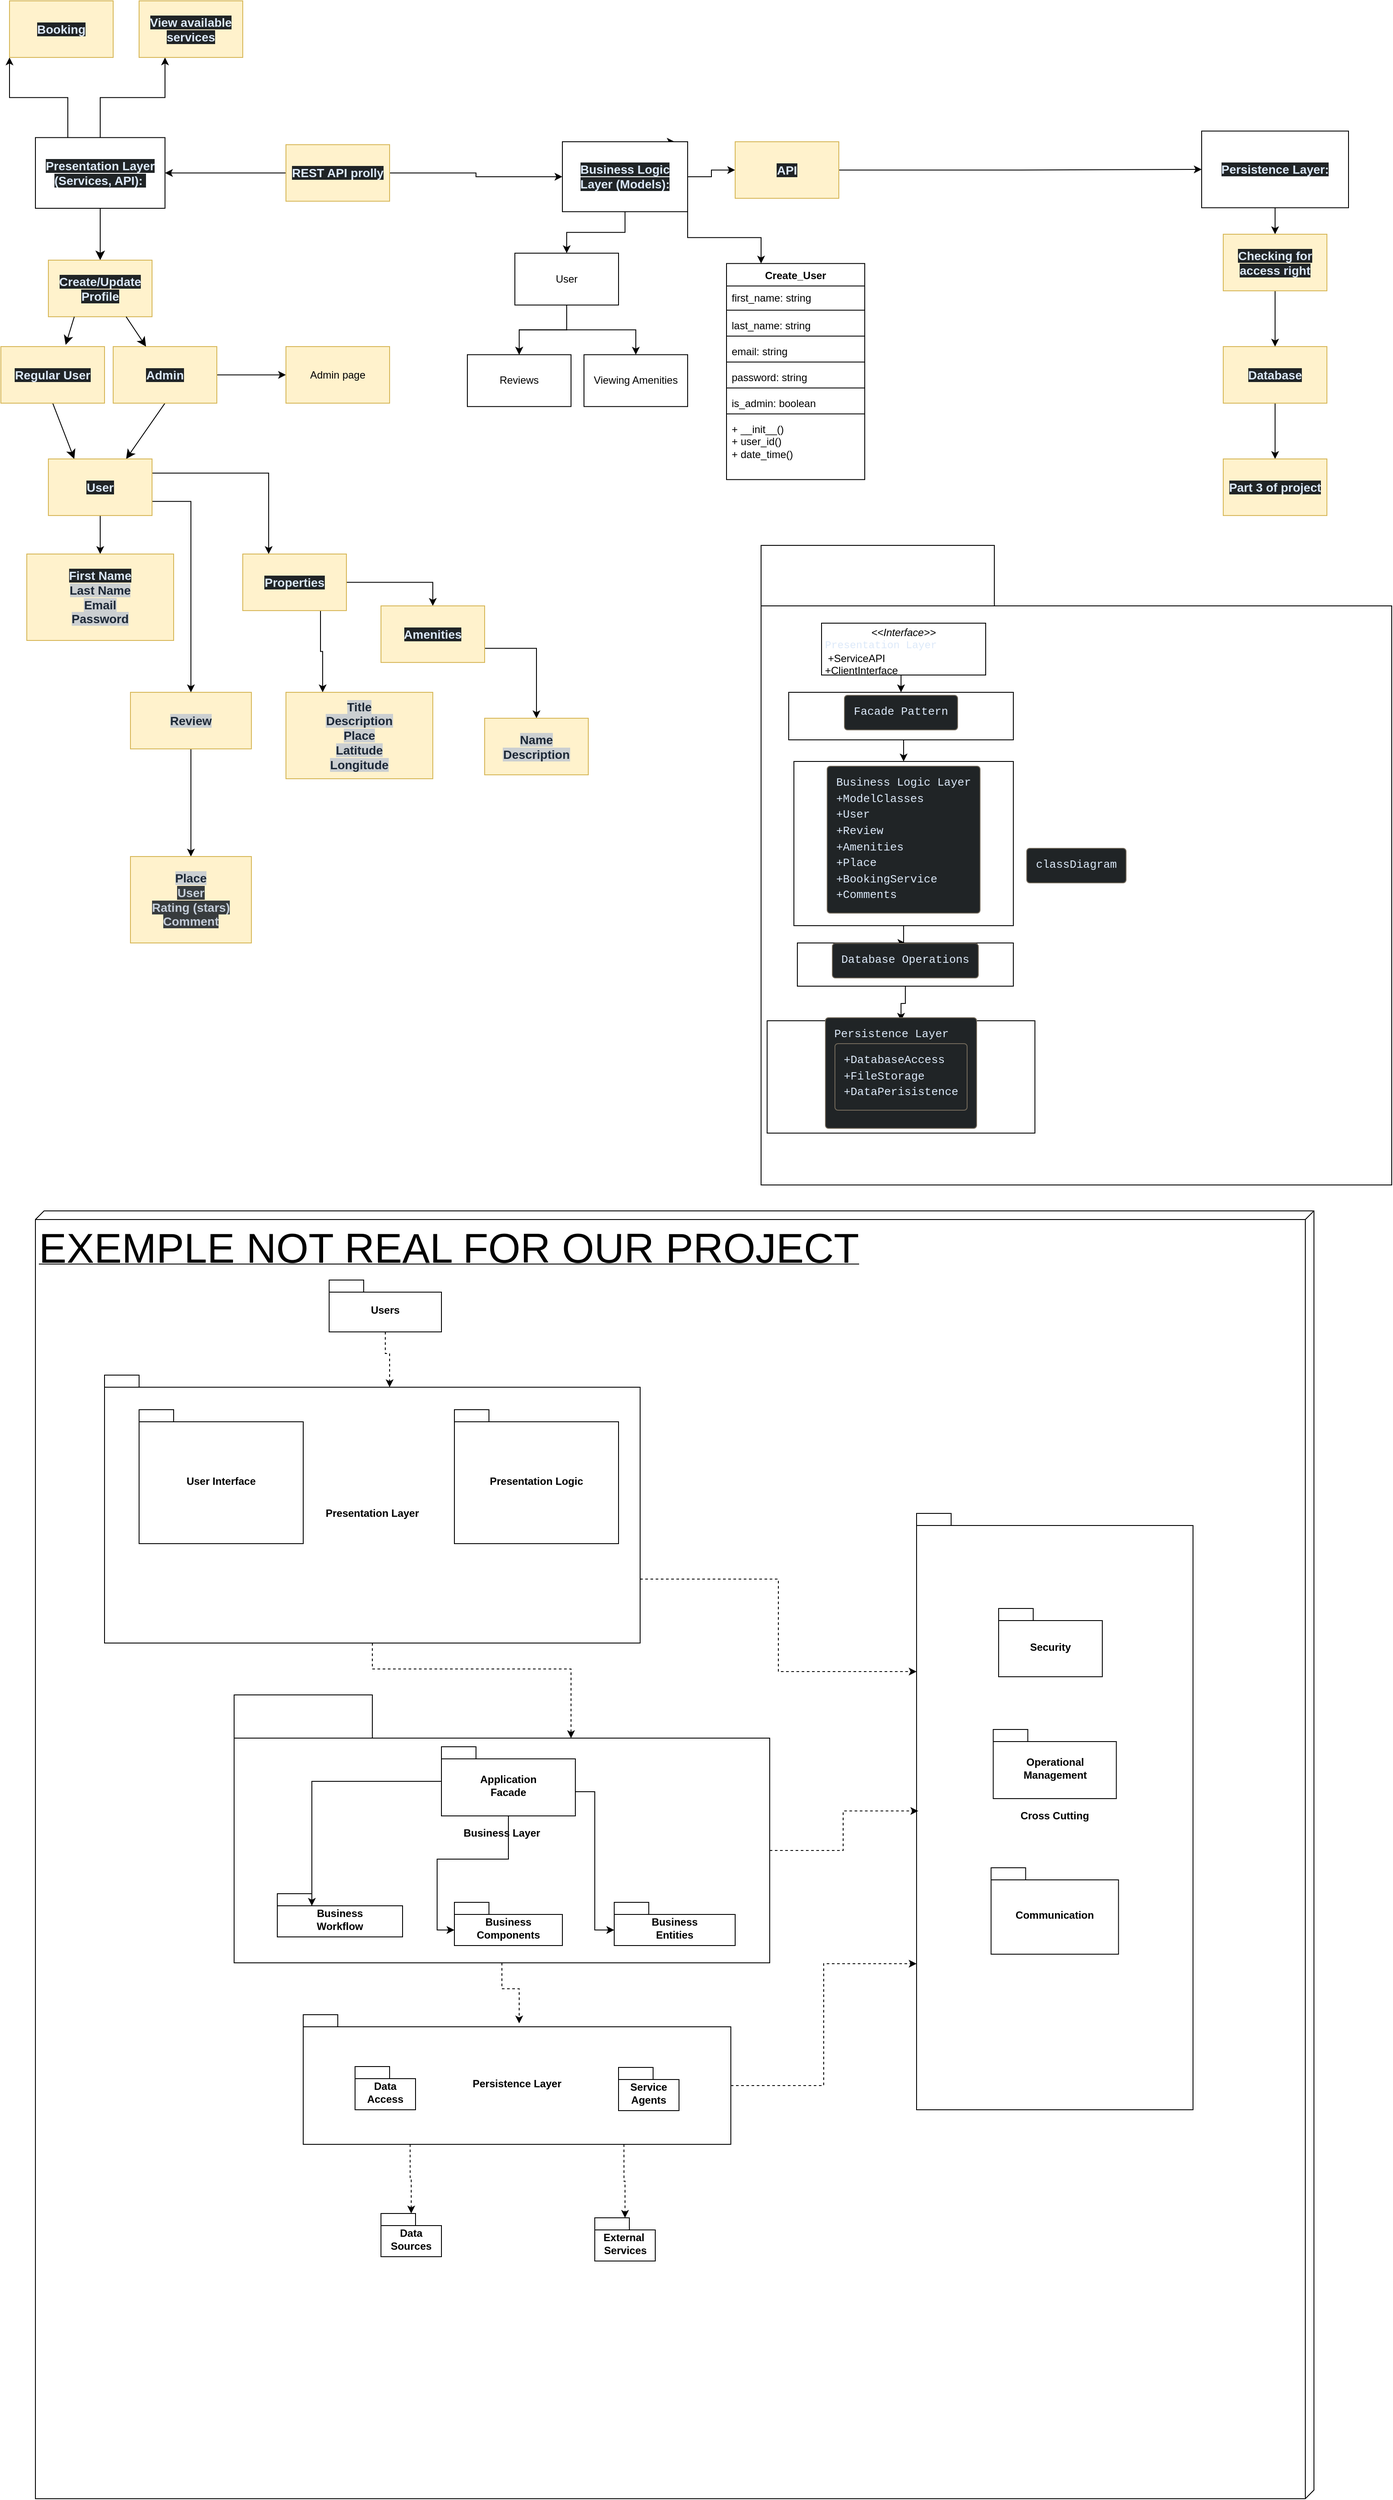
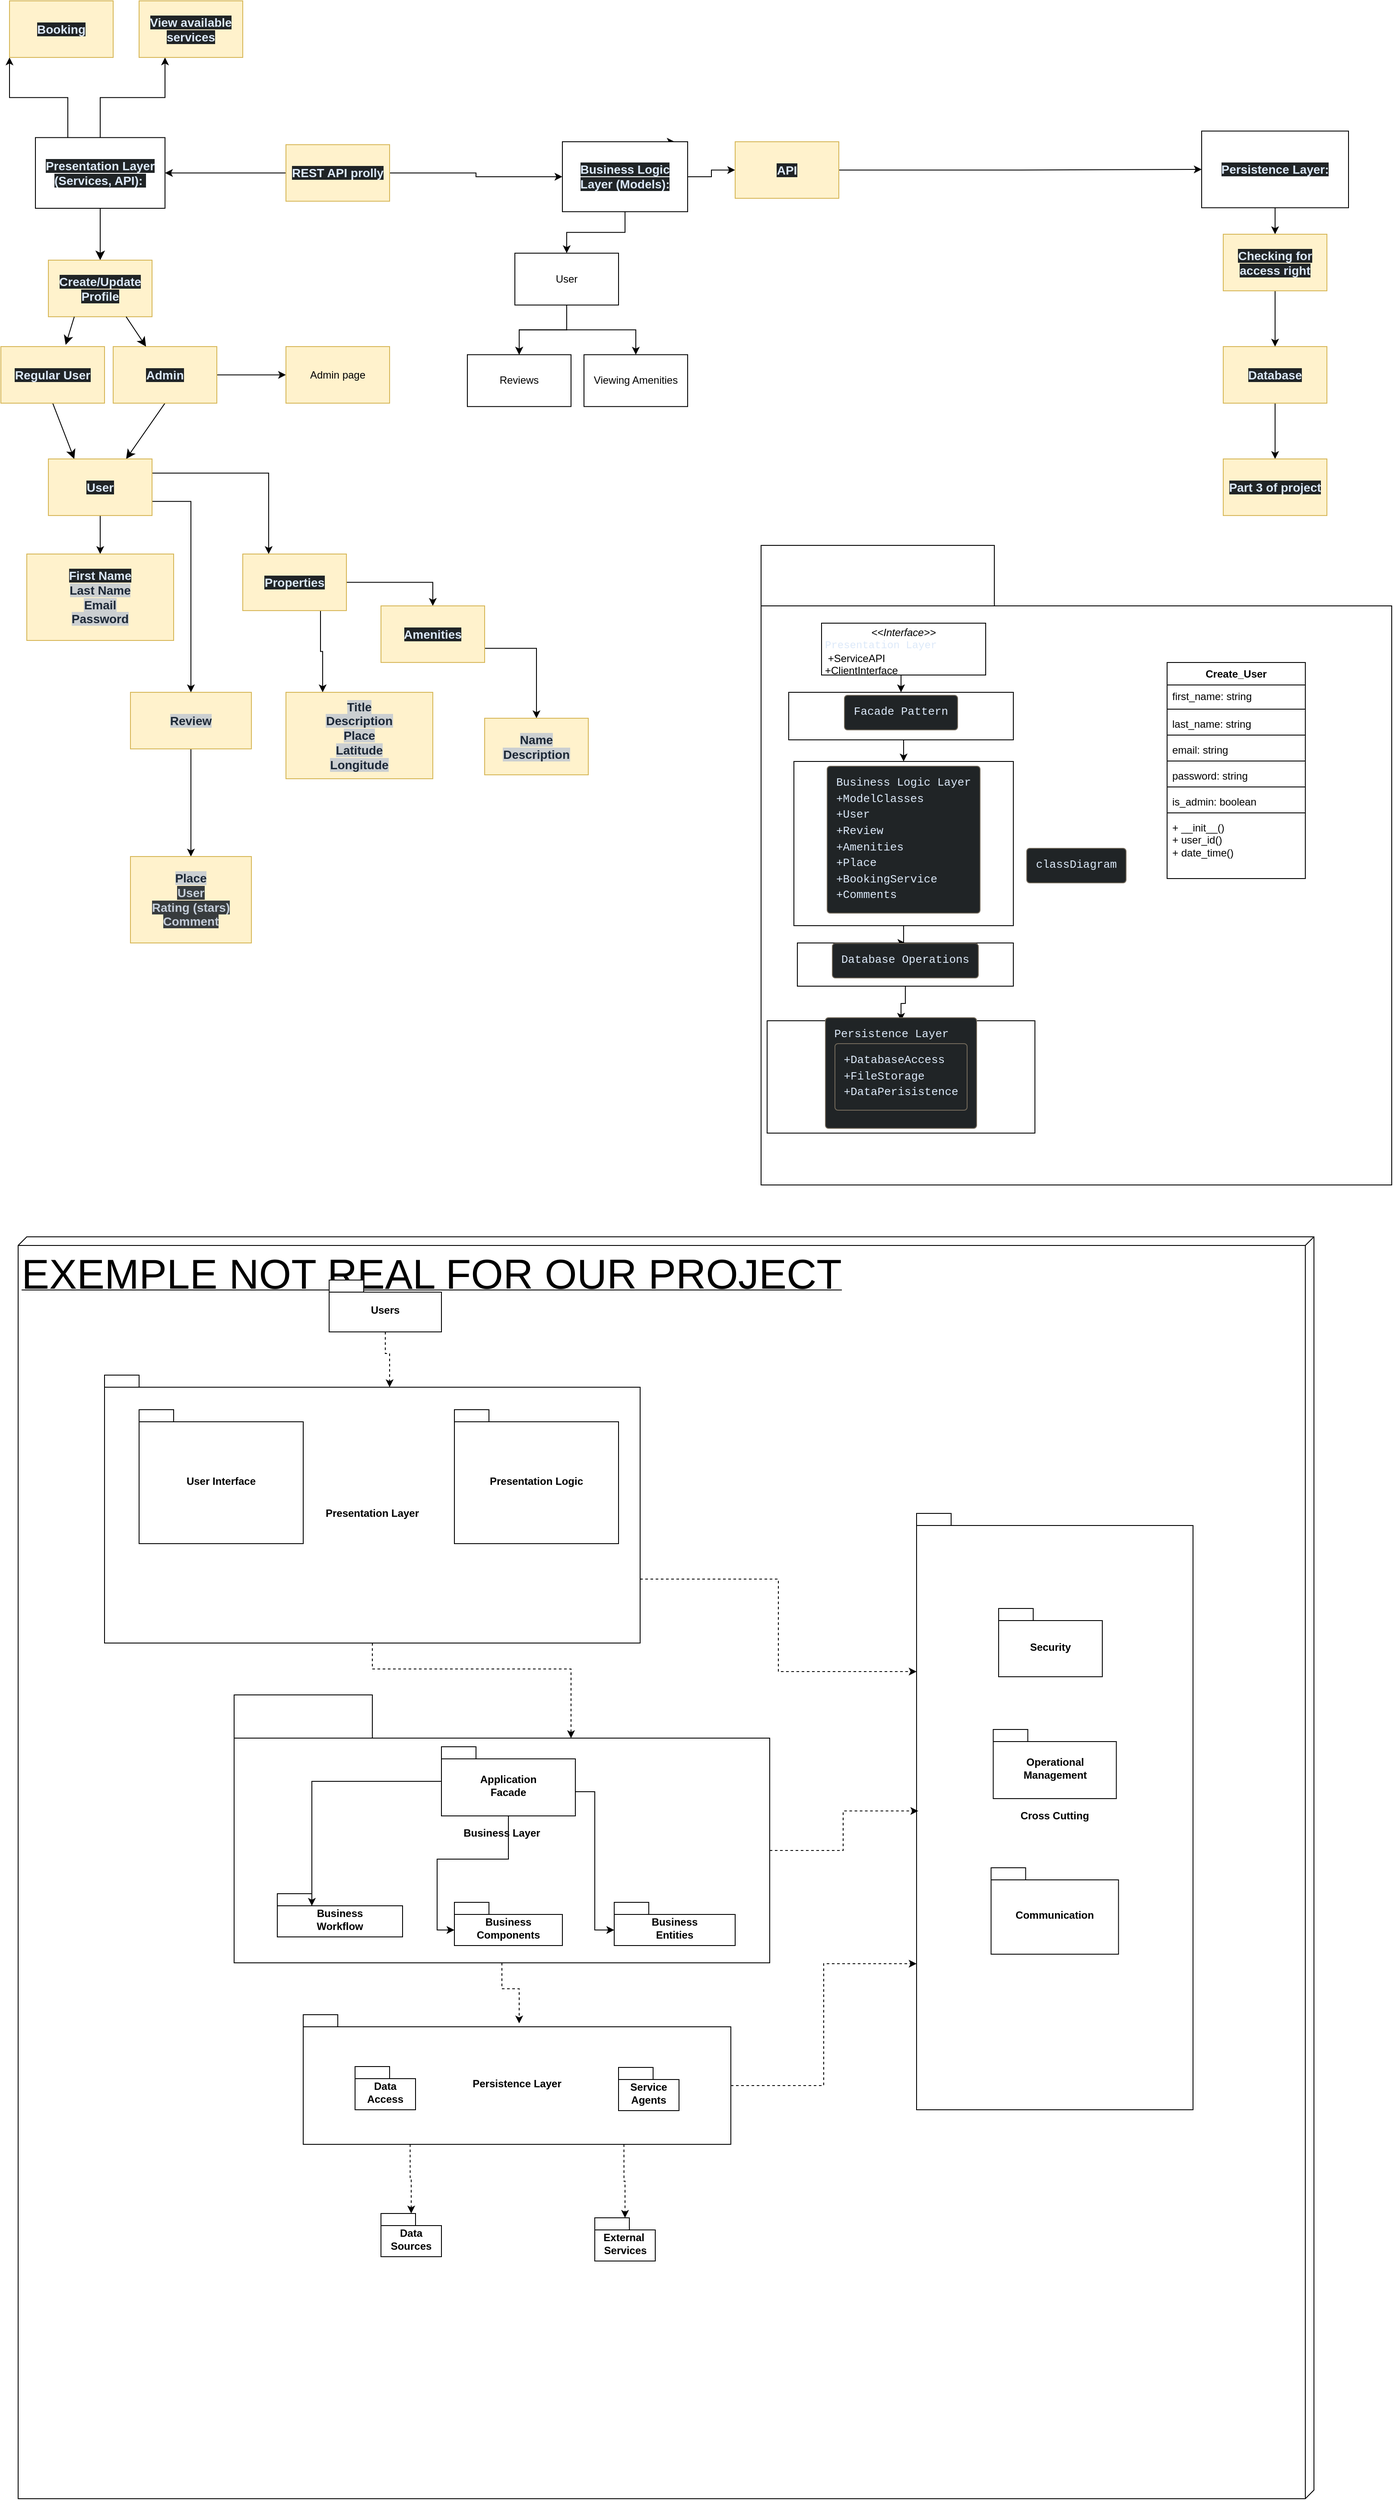
<mxfile host="app.diagrams.net">
  <diagram name="Page-1" id="-YqvBdWR7zro55ob8_1u">
-     <mxGraphModel dx="1610" dy="877" grid="1" gridSize="10" guides="1" tooltips="1" connect="1" arrows="1" fold="1" page="1" pageScale="1" pageWidth="850" pageHeight="1100" math="0" shadow="0">
+     <mxGraphModel dx="2511" dy="1367" grid="1" gridSize="10" guides="1" tooltips="1" connect="1" arrows="1" fold="1" page="1" pageScale="1" pageWidth="850" pageHeight="1100" math="0" shadow="0">
      <root>
        <mxCell id="0" />
        <mxCell id="1" parent="0" />
        <mxCell id="ak4_qq2vWhMhYVfdcJaX-1" parent="1" style="verticalAlign=top;align=left;spacingTop=8;spacingLeft=2;spacingRight=12;shape=cube;size=10;direction=south;fontStyle=4;html=1;whiteSpace=wrap;" value="&lt;font style=&quot;font-size: 48px;&quot;&gt;EXEMPLE NOT REAL FOR OUR PROJECT&lt;/font&gt;" vertex="1">
-           <mxGeometry height="1490" width="1480" x="40" y="1500" as="geometry" />
+           <mxGeometry height="1460" width="1500" x="20" y="1530" as="geometry" />
        </mxCell>
        <mxCell id="Xk1fa7zEFvqhqLaLLcKz-15" parent="1" style="shape=folder;fontStyle=1;spacingTop=10;tabWidth=270;tabHeight=70;tabPosition=left;html=1;whiteSpace=wrap;" value="&lt;pre style=&quot;box-sizing: border-box; overflow: auto; font-family: Menlo, Monaco, Consolas, &amp;quot;Courier New&amp;quot;, monospace; font-size: 13px; margin: 0px 0px 10px; line-height: 1.42857; color: rgb(220, 233, 249); word-break: break-all; overflow-wrap: break-word; border-width: 1px; border-style: solid; border-image: initial; scrollbar-color: rgb(95, 99, 104) rgb(49, 54, 60); font-weight: 400; text-align: start; padding: 10px !important; background-color: rgb(32, 36, 38) !important; border-color: rgb(114, 105, 91) !important; border-radius: 4px !important;&quot;&gt;&lt;code class=&quot;mermaid language-mermaid&quot; style=&quot;box-sizing: border-box; font-family: Menlo, Monaco, Consolas, &amp;quot;Courier New&amp;quot;, monospace; font-size: inherit; padding: 0px; border-radius: 0px; white-space: pre-wrap; scrollbar-color: rgb(95, 99, 104) rgb(49, 54, 60); background-color: transparent !important;&quot;&gt;classDiagram&lt;/code&gt;&lt;/pre&gt;" vertex="1">
          <mxGeometry height="740" width="730" x="880" y="730" as="geometry" />
        </mxCell>
        <mxCell id="knfjWByLyRWuwcYY4K55-11" edge="1" parent="1" source="hUDn5ZNKDxH-Q9J3WyCt-1" style="edgeStyle=none;curved=1;rounded=0;orthogonalLoop=1;jettySize=auto;html=1;exitX=0.5;exitY=1;exitDx=0;exitDy=0;fontSize=12;startSize=8;endSize=8;" target="knfjWByLyRWuwcYY4K55-1">
          <mxGeometry relative="1" as="geometry" />
        </mxCell>
        <mxCell id="nrL1aRvaP8A3k5mvhdIb-1" edge="1" parent="1" source="hUDn5ZNKDxH-Q9J3WyCt-1" style="edgeStyle=orthogonalEdgeStyle;rounded=0;orthogonalLoop=1;jettySize=auto;html=1;exitX=0.25;exitY=0;exitDx=0;exitDy=0;entryX=0;entryY=1;entryDx=0;entryDy=0;" target="nDmQYND_-jVZAFU5oeKq-2">
          <mxGeometry relative="1" as="geometry" />
        </mxCell>
        <mxCell id="nrL1aRvaP8A3k5mvhdIb-2" edge="1" parent="1" source="hUDn5ZNKDxH-Q9J3WyCt-1" style="edgeStyle=orthogonalEdgeStyle;rounded=0;orthogonalLoop=1;jettySize=auto;html=1;exitX=0.5;exitY=0;exitDx=0;exitDy=0;entryX=0.25;entryY=1;entryDx=0;entryDy=0;" target="nDmQYND_-jVZAFU5oeKq-3">
          <mxGeometry relative="1" as="geometry" />
        </mxCell>
        <mxCell id="hUDn5ZNKDxH-Q9J3WyCt-1" parent="1" style="rounded=0;whiteSpace=wrap;html=1;" value="&lt;strong style=&quot;box-sizing: border-box; font-weight: bold; scrollbar-color: rgb(95, 99, 104) rgb(49, 54, 60); color: rgb(220, 233, 249); font-family: aktiv-grotesk, sans-serif; font-size: 14px; text-align: start; background-color: rgb(32, 36, 38);&quot;&gt;Presentation Layer (Services, API):&lt;/strong&gt;&lt;span style=&quot;color: rgb(220, 233, 249); font-family: aktiv-grotesk, sans-serif; font-size: 14px; text-align: start; background-color: rgb(32, 36, 38);&quot;&gt;&amp;nbsp;&lt;/span&gt;" vertex="1">
          <mxGeometry height="81.82" width="150" x="40" y="258.18" as="geometry" />
        </mxCell>
        <mxCell id="nrL1aRvaP8A3k5mvhdIb-28" edge="1" parent="1" source="hUDn5ZNKDxH-Q9J3WyCt-2" style="edgeStyle=orthogonalEdgeStyle;rounded=0;orthogonalLoop=1;jettySize=auto;html=1;exitX=0.75;exitY=0;exitDx=0;exitDy=0;">
          <mxGeometry relative="1" as="geometry">
            <mxPoint x="780" y="262.92" as="targetPoint" />
          </mxGeometry>
        </mxCell>
        <mxCell id="nrL1aRvaP8A3k5mvhdIb-29" edge="1" parent="1" source="hUDn5ZNKDxH-Q9J3WyCt-2" style="edgeStyle=orthogonalEdgeStyle;rounded=0;orthogonalLoop=1;jettySize=auto;html=1;exitX=1;exitY=0.5;exitDx=0;exitDy=0;entryX=0;entryY=0.5;entryDx=0;entryDy=0;" target="nrL1aRvaP8A3k5mvhdIb-25">
          <mxGeometry relative="1" as="geometry" />
        </mxCell>
        <mxCell id="IQe30unK_AcWwb2UXMVU-2" edge="1" parent="1" source="hUDn5ZNKDxH-Q9J3WyCt-2" style="edgeStyle=orthogonalEdgeStyle;rounded=0;orthogonalLoop=1;jettySize=auto;html=1;" target="IQe30unK_AcWwb2UXMVU-1" value="">
          <mxGeometry relative="1" as="geometry" />
        </mxCell>
-         <mxCell id="bphd-XHS044pXj_6YrF3-8" edge="1" parent="1" source="hUDn5ZNKDxH-Q9J3WyCt-2" style="edgeStyle=orthogonalEdgeStyle;rounded=0;orthogonalLoop=1;jettySize=auto;html=1;exitX=1;exitY=1;exitDx=0;exitDy=0;entryX=0.25;entryY=0;entryDx=0;entryDy=0;" target="bphd-XHS044pXj_6YrF3-4">
-           <mxGeometry relative="1" as="geometry" />
-         </mxCell>
        <mxCell id="hUDn5ZNKDxH-Q9J3WyCt-2" parent="1" style="rounded=0;whiteSpace=wrap;html=1;" value="&lt;strong style=&quot;box-sizing: border-box; font-weight: bold; scrollbar-color: rgb(95, 99, 104) rgb(49, 54, 60); color: rgb(220, 233, 249); font-family: aktiv-grotesk, sans-serif; font-size: 14px; text-align: start; background-color: rgb(32, 36, 38);&quot;&gt;Business Logic Layer (Models):&lt;/strong&gt;" vertex="1">
          <mxGeometry height="80.93" width="145" x="650" y="262.99" as="geometry" />
        </mxCell>
        <mxCell id="lqWkxY9uZ9eT4ogvRrYx-3" edge="1" parent="1" source="hUDn5ZNKDxH-Q9J3WyCt-3" style="edgeStyle=orthogonalEdgeStyle;rounded=0;orthogonalLoop=1;jettySize=auto;html=1;exitX=0.5;exitY=1;exitDx=0;exitDy=0;entryX=0.5;entryY=0;entryDx=0;entryDy=0;" target="lqWkxY9uZ9eT4ogvRrYx-2">
          <mxGeometry relative="1" as="geometry" />
        </mxCell>
        <mxCell id="hUDn5ZNKDxH-Q9J3WyCt-3" parent="1" style="rounded=0;whiteSpace=wrap;html=1;" value="&lt;strong style=&quot;box-sizing: border-box; font-weight: bold; scrollbar-color: rgb(95, 99, 104) rgb(49, 54, 60); color: rgb(220, 233, 249); font-family: aktiv-grotesk, sans-serif; font-size: 14px; text-align: start; background-color: rgb(32, 36, 38);&quot;&gt;Persistence Layer:&lt;/strong&gt;" vertex="1">
          <mxGeometry height="88.7" width="170" x="1390" y="250.65" as="geometry" />
        </mxCell>
        <mxCell id="nDmQYND_-jVZAFU5oeKq-2" parent="1" style="rounded=0;whiteSpace=wrap;html=1;fillColor=#fff2cc;strokeColor=#d6b656;" value="&lt;div style=&quot;text-align: start;&quot;&gt;&lt;font color=&quot;#dce9f9&quot; face=&quot;aktiv-grotesk, sans-serif&quot;&gt;&lt;span style=&quot;font-size: 14px; background-color: rgb(32, 36, 38);&quot;&gt;&lt;b&gt;Booking&lt;/b&gt;&lt;/span&gt;&lt;/font&gt;&lt;/div&gt;" vertex="1">
          <mxGeometry height="65.46" width="120" x="10" y="100" as="geometry" />
        </mxCell>
        <mxCell id="nDmQYND_-jVZAFU5oeKq-3" parent="1" style="rounded=0;whiteSpace=wrap;html=1;align=center;fillColor=#fff2cc;strokeColor=#d6b656;" value="&lt;div style=&quot;&quot;&gt;&lt;font color=&quot;#dce9f9&quot; face=&quot;aktiv-grotesk, sans-serif&quot;&gt;&lt;span style=&quot;font-size: 14px; background-color: rgb(32, 36, 38);&quot;&gt;&lt;b&gt;View available services&lt;/b&gt;&lt;/span&gt;&lt;/font&gt;&lt;/div&gt;" vertex="1">
          <mxGeometry height="65.46" width="120" x="160" y="100.00000000000003" as="geometry" />
        </mxCell>
        <mxCell id="bphd-XHS044pXj_6YrF3-2" edge="1" parent="1" source="nDmQYND_-jVZAFU5oeKq-4" style="edgeStyle=orthogonalEdgeStyle;rounded=0;orthogonalLoop=1;jettySize=auto;html=1;exitX=0.5;exitY=1;exitDx=0;exitDy=0;entryX=0.5;entryY=0;entryDx=0;entryDy=0;" target="bphd-XHS044pXj_6YrF3-1">
          <mxGeometry relative="1" as="geometry" />
        </mxCell>
        <mxCell id="nDmQYND_-jVZAFU5oeKq-4" parent="1" style="rounded=0;whiteSpace=wrap;html=1;align=center;fillColor=#fff2cc;strokeColor=#d6b656;" value="&lt;div style=&quot;&quot;&gt;&lt;font color=&quot;#1d2836&quot; face=&quot;aktiv-grotesk, sans-serif&quot;&gt;&lt;span style=&quot;font-size: 14px; background-color: rgb(203, 207, 209);&quot;&gt;&lt;b&gt;Review&lt;/b&gt;&lt;/span&gt;&lt;/font&gt;&lt;/div&gt;" vertex="1">
          <mxGeometry height="65.46" width="140" x="150" y="900" as="geometry" />
        </mxCell>
        <mxCell id="knfjWByLyRWuwcYY4K55-1" parent="1" style="rounded=0;whiteSpace=wrap;html=1;align=center;fillColor=#fff2cc;strokeColor=#d6b656;" value="&lt;div style=&quot;&quot;&gt;&lt;font color=&quot;#dce9f9&quot; face=&quot;aktiv-grotesk, sans-serif&quot;&gt;&lt;span style=&quot;font-size: 14px; background-color: rgb(32, 36, 38);&quot;&gt;&lt;b&gt;Create/Update Profile&lt;/b&gt;&lt;/span&gt;&lt;/font&gt;&lt;/div&gt;" vertex="1">
          <mxGeometry height="65.46" width="120" x="55" y="400" as="geometry" />
        </mxCell>
        <mxCell id="knfjWByLyRWuwcYY4K55-12" edge="1" parent="1" source="knfjWByLyRWuwcYY4K55-3" style="edgeStyle=none;curved=1;rounded=0;orthogonalLoop=1;jettySize=auto;html=1;exitX=0.5;exitY=1;exitDx=0;exitDy=0;entryX=0.25;entryY=0;entryDx=0;entryDy=0;fontSize=12;startSize=8;endSize=8;" target="knfjWByLyRWuwcYY4K55-7">
          <mxGeometry relative="1" as="geometry" />
        </mxCell>
        <mxCell id="knfjWByLyRWuwcYY4K55-3" parent="1" style="rounded=0;whiteSpace=wrap;html=1;align=center;fillColor=#fff2cc;strokeColor=#d6b656;" value="&lt;div style=&quot;&quot;&gt;&lt;font color=&quot;#dce9f9&quot; face=&quot;aktiv-grotesk, sans-serif&quot;&gt;&lt;span style=&quot;font-size: 14px; background-color: rgb(32, 36, 38);&quot;&gt;&lt;b&gt;Regular User&lt;/b&gt;&lt;/span&gt;&lt;/font&gt;&lt;/div&gt;" vertex="1">
          <mxGeometry height="65.46" width="120" y="500" as="geometry" />
        </mxCell>
        <mxCell id="knfjWByLyRWuwcYY4K55-13" edge="1" parent="1" source="knfjWByLyRWuwcYY4K55-4" style="edgeStyle=none;curved=1;rounded=0;orthogonalLoop=1;jettySize=auto;html=1;exitX=0.5;exitY=1;exitDx=0;exitDy=0;entryX=0.75;entryY=0;entryDx=0;entryDy=0;fontSize=12;startSize=8;endSize=8;" target="knfjWByLyRWuwcYY4K55-7">
          <mxGeometry relative="1" as="geometry" />
        </mxCell>
        <mxCell id="aWwyGlZGmxZRMDZtTTIC-5" edge="1" parent="1" source="knfjWByLyRWuwcYY4K55-4" style="edgeStyle=orthogonalEdgeStyle;rounded=0;orthogonalLoop=1;jettySize=auto;html=1;" target="aWwyGlZGmxZRMDZtTTIC-4" value="">
          <mxGeometry relative="1" as="geometry" />
        </mxCell>
        <mxCell id="knfjWByLyRWuwcYY4K55-4" parent="1" style="rounded=0;whiteSpace=wrap;html=1;align=center;fillColor=#fff2cc;strokeColor=#d6b656;" value="&lt;div style=&quot;&quot;&gt;&lt;font color=&quot;#dce9f9&quot; face=&quot;aktiv-grotesk, sans-serif&quot;&gt;&lt;span style=&quot;font-size: 14px; background-color: rgb(32, 36, 38);&quot;&gt;&lt;b&gt;Admin&lt;/b&gt;&lt;/span&gt;&lt;/font&gt;&lt;/div&gt;" vertex="1">
          <mxGeometry height="65.46" width="120" x="130" y="500" as="geometry" />
        </mxCell>
        <mxCell id="knfjWByLyRWuwcYY4K55-5" edge="1" parent="1" source="knfjWByLyRWuwcYY4K55-1" style="edgeStyle=none;curved=1;rounded=0;orthogonalLoop=1;jettySize=auto;html=1;exitX=0.25;exitY=1;exitDx=0;exitDy=0;entryX=0.625;entryY=-0.031;entryDx=0;entryDy=0;entryPerimeter=0;fontSize=12;startSize=8;endSize=8;" target="knfjWByLyRWuwcYY4K55-3">
          <mxGeometry relative="1" as="geometry" />
        </mxCell>
        <mxCell id="knfjWByLyRWuwcYY4K55-6" edge="1" parent="1" source="knfjWByLyRWuwcYY4K55-1" style="edgeStyle=none;curved=1;rounded=0;orthogonalLoop=1;jettySize=auto;html=1;exitX=0.75;exitY=1;exitDx=0;exitDy=0;entryX=0.317;entryY=0;entryDx=0;entryDy=0;entryPerimeter=0;fontSize=12;startSize=8;endSize=8;" target="knfjWByLyRWuwcYY4K55-4">
          <mxGeometry relative="1" as="geometry" />
        </mxCell>
        <mxCell id="nrL1aRvaP8A3k5mvhdIb-16" edge="1" parent="1" source="knfjWByLyRWuwcYY4K55-7" style="edgeStyle=orthogonalEdgeStyle;rounded=0;orthogonalLoop=1;jettySize=auto;html=1;exitX=0.5;exitY=1;exitDx=0;exitDy=0;entryX=0.5;entryY=0;entryDx=0;entryDy=0;" target="nrL1aRvaP8A3k5mvhdIb-10">
          <mxGeometry relative="1" as="geometry" />
        </mxCell>
        <mxCell id="nrL1aRvaP8A3k5mvhdIb-18" edge="1" parent="1" source="knfjWByLyRWuwcYY4K55-7" style="edgeStyle=orthogonalEdgeStyle;rounded=0;orthogonalLoop=1;jettySize=auto;html=1;exitX=1;exitY=0.75;exitDx=0;exitDy=0;entryX=0.5;entryY=0;entryDx=0;entryDy=0;" target="nDmQYND_-jVZAFU5oeKq-4">
          <mxGeometry relative="1" as="geometry" />
        </mxCell>
        <mxCell id="nrL1aRvaP8A3k5mvhdIb-19" edge="1" parent="1" source="knfjWByLyRWuwcYY4K55-7" style="edgeStyle=orthogonalEdgeStyle;rounded=0;orthogonalLoop=1;jettySize=auto;html=1;exitX=1;exitY=0.25;exitDx=0;exitDy=0;entryX=0.25;entryY=0;entryDx=0;entryDy=0;" target="nrL1aRvaP8A3k5mvhdIb-3">
          <mxGeometry relative="1" as="geometry" />
        </mxCell>
        <mxCell id="knfjWByLyRWuwcYY4K55-7" parent="1" style="rounded=0;whiteSpace=wrap;html=1;align=center;fillColor=#fff2cc;strokeColor=#d6b656;" value="&lt;div style=&quot;&quot;&gt;&lt;font color=&quot;#dce9f9&quot; face=&quot;aktiv-grotesk, sans-serif&quot;&gt;&lt;span style=&quot;font-size: 14px; background-color: rgb(32, 36, 38);&quot;&gt;&lt;b&gt;User&lt;/b&gt;&lt;/span&gt;&lt;/font&gt;&lt;/div&gt;" vertex="1">
          <mxGeometry height="65.46" width="120" x="55" y="630" as="geometry" />
        </mxCell>
        <mxCell id="lqWkxY9uZ9eT4ogvRrYx-5" edge="1" parent="1" source="knfjWByLyRWuwcYY4K55-9" style="edgeStyle=orthogonalEdgeStyle;rounded=0;orthogonalLoop=1;jettySize=auto;html=1;entryX=0.5;entryY=0;entryDx=0;entryDy=0;" target="knfjWByLyRWuwcYY4K55-14">
          <mxGeometry relative="1" as="geometry" />
        </mxCell>
        <mxCell id="knfjWByLyRWuwcYY4K55-9" parent="1" style="rounded=0;whiteSpace=wrap;html=1;align=center;fillColor=#fff2cc;strokeColor=#d6b656;" value="&lt;div style=&quot;&quot;&gt;&lt;font color=&quot;#dce9f9&quot; face=&quot;aktiv-grotesk, sans-serif&quot;&gt;&lt;span style=&quot;font-size: 14px; background-color: rgb(32, 36, 38);&quot;&gt;&lt;b&gt;Database&lt;/b&gt;&lt;/span&gt;&lt;/font&gt;&lt;/div&gt;" vertex="1">
          <mxGeometry height="65.46" width="120" x="1415" y="500.00000000000006" as="geometry" />
        </mxCell>
        <mxCell id="knfjWByLyRWuwcYY4K55-14" parent="1" style="rounded=0;whiteSpace=wrap;html=1;align=center;fillColor=#fff2cc;strokeColor=#d6b656;" value="&lt;div style=&quot;&quot;&gt;&lt;font color=&quot;#dce9f9&quot; face=&quot;aktiv-grotesk, sans-serif&quot;&gt;&lt;span style=&quot;font-size: 14px; background-color: rgb(32, 36, 38);&quot;&gt;&lt;b&gt;Part 3 of project&lt;/b&gt;&lt;/span&gt;&lt;/font&gt;&lt;/div&gt;" vertex="1">
          <mxGeometry height="65.46" width="120" x="1415" y="630" as="geometry" />
        </mxCell>
        <mxCell id="bphd-XHS044pXj_6YrF3-3" edge="1" parent="1" source="nrL1aRvaP8A3k5mvhdIb-3" style="edgeStyle=orthogonalEdgeStyle;rounded=0;orthogonalLoop=1;jettySize=auto;html=1;exitX=0.75;exitY=1;exitDx=0;exitDy=0;entryX=0.25;entryY=0;entryDx=0;entryDy=0;" target="nrL1aRvaP8A3k5mvhdIb-20">
          <mxGeometry relative="1" as="geometry">
            <mxPoint x="370.11764705882365" y="910" as="targetPoint" />
          </mxGeometry>
        </mxCell>
        <mxCell id="bphd-XHS044pXj_6YrF3-10" edge="1" parent="1" source="nrL1aRvaP8A3k5mvhdIb-3" style="edgeStyle=orthogonalEdgeStyle;rounded=0;orthogonalLoop=1;jettySize=auto;html=1;exitX=1;exitY=0.5;exitDx=0;exitDy=0;entryX=0.5;entryY=0;entryDx=0;entryDy=0;" target="bphd-XHS044pXj_6YrF3-9">
          <mxGeometry relative="1" as="geometry" />
        </mxCell>
        <mxCell id="nrL1aRvaP8A3k5mvhdIb-3" parent="1" style="rounded=0;whiteSpace=wrap;html=1;align=center;fillColor=#fff2cc;strokeColor=#d6b656;" value="&lt;div style=&quot;&quot;&gt;&lt;font color=&quot;#dce9f9&quot; face=&quot;aktiv-grotesk, sans-serif&quot;&gt;&lt;span style=&quot;font-size: 14px; background-color: rgb(32, 36, 38);&quot;&gt;&lt;b&gt;Properties&lt;/b&gt;&lt;/span&gt;&lt;/font&gt;&lt;/div&gt;" vertex="1">
          <mxGeometry height="65.46" width="120" x="280" y="740" as="geometry" />
        </mxCell>
        <mxCell id="nrL1aRvaP8A3k5mvhdIb-10" parent="1" style="rounded=0;whiteSpace=wrap;html=1;align=center;fillColor=#fff2cc;strokeColor=#d6b656;" value="&lt;div style=&quot;&quot;&gt;&lt;font color=&quot;#dce9f9&quot; face=&quot;aktiv-grotesk, sans-serif&quot;&gt;&lt;span style=&quot;font-size: 14px; background-color: rgb(32, 36, 38);&quot;&gt;&lt;b&gt;First Name&lt;/b&gt;&lt;/span&gt;&lt;/font&gt;&lt;/div&gt;&lt;div style=&quot;&quot;&gt;&lt;font color=&quot;#1d2836&quot; face=&quot;aktiv-grotesk, sans-serif&quot;&gt;&lt;span style=&quot;font-size: 14px; background-color: rgb(203, 207, 209);&quot;&gt;&lt;b&gt;Last Name&lt;/b&gt;&lt;/span&gt;&lt;/font&gt;&lt;/div&gt;&lt;div style=&quot;&quot;&gt;&lt;font color=&quot;#1d2836&quot; face=&quot;aktiv-grotesk, sans-serif&quot;&gt;&lt;span style=&quot;font-size: 14px; background-color: rgb(203, 207, 209);&quot;&gt;&lt;b&gt;Email&lt;/b&gt;&lt;/span&gt;&lt;/font&gt;&lt;/div&gt;&lt;div style=&quot;&quot;&gt;&lt;font color=&quot;#1d2836&quot; face=&quot;aktiv-grotesk, sans-serif&quot;&gt;&lt;span style=&quot;font-size: 14px; background-color: rgb(203, 207, 209);&quot;&gt;&lt;b&gt;Password&lt;/b&gt;&lt;/span&gt;&lt;/font&gt;&lt;/div&gt;" vertex="1">
          <mxGeometry height="100" width="170" x="30" y="740" as="geometry" />
        </mxCell>
        <mxCell id="nrL1aRvaP8A3k5mvhdIb-20" parent="1" style="rounded=0;whiteSpace=wrap;html=1;align=center;fillColor=#fff2cc;strokeColor=#d6b656;" value="&lt;div style=&quot;&quot;&gt;&lt;font color=&quot;#1d2836&quot; face=&quot;aktiv-grotesk, sans-serif&quot;&gt;&lt;span style=&quot;font-size: 14px; background-color: rgb(203, 207, 209);&quot;&gt;&lt;b&gt;Title&lt;/b&gt;&lt;/span&gt;&lt;/font&gt;&lt;/div&gt;&lt;div style=&quot;&quot;&gt;&lt;font color=&quot;#1d2836&quot; face=&quot;aktiv-grotesk, sans-serif&quot;&gt;&lt;span style=&quot;font-size: 14px; background-color: rgb(203, 207, 209);&quot;&gt;&lt;b&gt;Description&lt;/b&gt;&lt;/span&gt;&lt;/font&gt;&lt;/div&gt;&lt;div style=&quot;&quot;&gt;&lt;font color=&quot;#1d2836&quot; face=&quot;aktiv-grotesk, sans-serif&quot;&gt;&lt;span style=&quot;font-size: 14px; background-color: rgb(203, 207, 209);&quot;&gt;&lt;b&gt;Place&lt;/b&gt;&lt;/span&gt;&lt;/font&gt;&lt;/div&gt;&lt;div style=&quot;&quot;&gt;&lt;font color=&quot;#1d2836&quot; face=&quot;aktiv-grotesk, sans-serif&quot;&gt;&lt;span style=&quot;font-size: 14px; background-color: rgb(203, 207, 209);&quot;&gt;&lt;b&gt;Latitude&lt;/b&gt;&lt;/span&gt;&lt;/font&gt;&lt;/div&gt;&lt;div style=&quot;&quot;&gt;&lt;font color=&quot;#1d2836&quot; face=&quot;aktiv-grotesk, sans-serif&quot;&gt;&lt;span style=&quot;font-size: 14px; background-color: rgb(203, 207, 209);&quot;&gt;&lt;b&gt;Longitude&lt;/b&gt;&lt;/span&gt;&lt;/font&gt;&lt;/div&gt;" vertex="1">
          <mxGeometry height="100" width="170" x="330" y="900" as="geometry" />
        </mxCell>
        <mxCell id="nrL1aRvaP8A3k5mvhdIb-26" edge="1" parent="1" source="nrL1aRvaP8A3k5mvhdIb-24" style="edgeStyle=orthogonalEdgeStyle;rounded=0;orthogonalLoop=1;jettySize=auto;html=1;exitX=1;exitY=0.5;exitDx=0;exitDy=0;" target="hUDn5ZNKDxH-Q9J3WyCt-2">
          <mxGeometry relative="1" as="geometry">
            <mxPoint x="610" y="299.5700000000001" as="sourcePoint" />
          </mxGeometry>
        </mxCell>
        <mxCell id="nrL1aRvaP8A3k5mvhdIb-27" edge="1" parent="1" source="nrL1aRvaP8A3k5mvhdIb-24" style="edgeStyle=orthogonalEdgeStyle;rounded=0;orthogonalLoop=1;jettySize=auto;html=1;exitX=0;exitY=0.5;exitDx=0;exitDy=0;entryX=1;entryY=0.5;entryDx=0;entryDy=0;" target="hUDn5ZNKDxH-Q9J3WyCt-1">
          <mxGeometry relative="1" as="geometry" />
        </mxCell>
        <mxCell id="nrL1aRvaP8A3k5mvhdIb-24" parent="1" style="rounded=0;whiteSpace=wrap;html=1;align=center;fillColor=#fff2cc;strokeColor=#d6b656;" value="&lt;div style=&quot;&quot;&gt;&lt;font color=&quot;#dce9f9&quot; face=&quot;aktiv-grotesk, sans-serif&quot;&gt;&lt;span style=&quot;font-size: 14px; background-color: rgb(32, 36, 38);&quot;&gt;&lt;b&gt;REST API prolly&lt;/b&gt;&lt;/span&gt;&lt;/font&gt;&lt;/div&gt;" vertex="1">
          <mxGeometry height="65.46" width="120" x="330" y="266.35999999999996" as="geometry" />
        </mxCell>
        <mxCell id="nrL1aRvaP8A3k5mvhdIb-30" edge="1" parent="1" source="nrL1aRvaP8A3k5mvhdIb-25" style="edgeStyle=orthogonalEdgeStyle;rounded=0;orthogonalLoop=1;jettySize=auto;html=1;exitX=1;exitY=0.5;exitDx=0;exitDy=0;entryX=0;entryY=0.5;entryDx=0;entryDy=0;" target="hUDn5ZNKDxH-Q9J3WyCt-3">
          <mxGeometry relative="1" as="geometry" />
        </mxCell>
        <mxCell id="nrL1aRvaP8A3k5mvhdIb-25" parent="1" style="rounded=0;whiteSpace=wrap;html=1;align=center;fillColor=#fff2cc;strokeColor=#d6b656;" value="&lt;div style=&quot;&quot;&gt;&lt;font color=&quot;#dce9f9&quot; face=&quot;aktiv-grotesk, sans-serif&quot;&gt;&lt;span style=&quot;font-size: 14px; background-color: rgb(32, 36, 38);&quot;&gt;&lt;b&gt;API&lt;/b&gt;&lt;/span&gt;&lt;/font&gt;&lt;/div&gt;" vertex="1">
          <mxGeometry height="65.46" width="120" x="850" y="262.99" as="geometry" />
        </mxCell>
        <mxCell id="bphd-XHS044pXj_6YrF3-1" parent="1" style="rounded=0;whiteSpace=wrap;html=1;align=center;fillColor=#fff2cc;strokeColor=#d6b656;" value="&lt;div style=&quot;&quot;&gt;&lt;font color=&quot;#1d2836&quot; face=&quot;aktiv-grotesk, sans-serif&quot;&gt;&lt;span style=&quot;font-size: 14px; background-color: rgb(203, 207, 209);&quot;&gt;&lt;b&gt;Place&lt;/b&gt;&lt;/span&gt;&lt;/font&gt;&lt;/div&gt;&lt;div style=&quot;&quot;&gt;&lt;font color=&quot;#c4cdd9&quot; face=&quot;aktiv-grotesk, sans-serif&quot;&gt;&lt;span style=&quot;font-size: 14px; background-color: rgb(56, 60, 62);&quot;&gt;&lt;b&gt;User&lt;/b&gt;&lt;/span&gt;&lt;/font&gt;&lt;/div&gt;&lt;div style=&quot;&quot;&gt;&lt;font color=&quot;#c4cdd9&quot; face=&quot;aktiv-grotesk, sans-serif&quot;&gt;&lt;span style=&quot;font-size: 14px; background-color: rgb(56, 60, 62);&quot;&gt;&lt;b&gt;Rating (stars)&lt;/b&gt;&lt;/span&gt;&lt;/font&gt;&lt;/div&gt;&lt;div style=&quot;&quot;&gt;&lt;font color=&quot;#c4cdd9&quot; face=&quot;aktiv-grotesk, sans-serif&quot;&gt;&lt;span style=&quot;font-size: 14px; background-color: rgb(56, 60, 62);&quot;&gt;&lt;b&gt;Comment&lt;/b&gt;&lt;/span&gt;&lt;/font&gt;&lt;/div&gt;" vertex="1">
          <mxGeometry height="100" width="140" x="150" y="1090" as="geometry" />
        </mxCell>
        <mxCell id="IQe30unK_AcWwb2UXMVU-4" edge="1" parent="1" source="IQe30unK_AcWwb2UXMVU-1" style="edgeStyle=orthogonalEdgeStyle;rounded=0;orthogonalLoop=1;jettySize=auto;html=1;" target="IQe30unK_AcWwb2UXMVU-3" value="">
          <mxGeometry relative="1" as="geometry" />
        </mxCell>
        <mxCell id="bphd-XHS044pXj_6YrF3-4" parent="1" style="swimlane;fontStyle=1;align=center;verticalAlign=top;childLayout=stackLayout;horizontal=1;startSize=26;horizontalStack=0;resizeParent=1;resizeParentMax=0;resizeLast=0;collapsible=1;marginBottom=0;whiteSpace=wrap;html=1;" value="Create_User" vertex="1">
-           <mxGeometry height="250" width="160" x="840" y="403.92" as="geometry" />
+           <mxGeometry height="250" width="160" x="1350" y="865.46" as="geometry" />
        </mxCell>
        <mxCell id="bphd-XHS044pXj_6YrF3-5" parent="bphd-XHS044pXj_6YrF3-4" style="text;strokeColor=none;fillColor=none;align=left;verticalAlign=top;spacingLeft=4;spacingRight=4;overflow=hidden;rotatable=0;points=[[0,0.5],[1,0.5]];portConstraint=eastwest;whiteSpace=wrap;html=1;" value="first_name: string&lt;div&gt;&lt;br&gt;&lt;/div&gt;" vertex="1">
          <mxGeometry height="24" width="160" y="26" as="geometry" />
        </mxCell>
        <mxCell id="bphd-XHS044pXj_6YrF3-6" parent="bphd-XHS044pXj_6YrF3-4" style="line;strokeWidth=1;fillColor=none;align=left;verticalAlign=middle;spacingTop=-1;spacingLeft=3;spacingRight=3;rotatable=0;labelPosition=right;points=[];portConstraint=eastwest;strokeColor=inherit;" value="" vertex="1">
          <mxGeometry height="8" width="160" y="50" as="geometry" />
        </mxCell>
        <mxCell id="1CZEDAOxRYAH5AQD7Mqk-3" parent="bphd-XHS044pXj_6YrF3-4" style="text;strokeColor=none;fillColor=none;align=left;verticalAlign=top;spacingLeft=4;spacingRight=4;overflow=hidden;rotatable=0;points=[[0,0.5],[1,0.5]];portConstraint=eastwest;whiteSpace=wrap;html=1;" value="&lt;div&gt;last_name: string&lt;/div&gt;" vertex="1">
          <mxGeometry height="22" width="160" y="58" as="geometry" />
        </mxCell>
        <mxCell id="1CZEDAOxRYAH5AQD7Mqk-4" parent="bphd-XHS044pXj_6YrF3-4" style="line;strokeWidth=1;fillColor=none;align=left;verticalAlign=middle;spacingTop=-1;spacingLeft=3;spacingRight=3;rotatable=0;labelPosition=right;points=[];portConstraint=eastwest;strokeColor=inherit;" value="" vertex="1">
          <mxGeometry height="8" width="160" y="80" as="geometry" />
        </mxCell>
        <mxCell id="1CZEDAOxRYAH5AQD7Mqk-5" parent="bphd-XHS044pXj_6YrF3-4" style="text;strokeColor=none;fillColor=none;align=left;verticalAlign=top;spacingLeft=4;spacingRight=4;overflow=hidden;rotatable=0;points=[[0,0.5],[1,0.5]];portConstraint=eastwest;whiteSpace=wrap;html=1;" value="&lt;div&gt;email: string&lt;/div&gt;" vertex="1">
          <mxGeometry height="22" width="160" y="88" as="geometry" />
        </mxCell>
        <mxCell id="1CZEDAOxRYAH5AQD7Mqk-7" parent="bphd-XHS044pXj_6YrF3-4" style="line;strokeWidth=1;fillColor=none;align=left;verticalAlign=middle;spacingTop=-1;spacingLeft=3;spacingRight=3;rotatable=0;labelPosition=right;points=[];portConstraint=eastwest;strokeColor=inherit;" value="" vertex="1">
          <mxGeometry height="8" width="160" y="110" as="geometry" />
        </mxCell>
        <mxCell id="1CZEDAOxRYAH5AQD7Mqk-6" parent="bphd-XHS044pXj_6YrF3-4" style="text;strokeColor=none;fillColor=none;align=left;verticalAlign=top;spacingLeft=4;spacingRight=4;overflow=hidden;rotatable=0;points=[[0,0.5],[1,0.5]];portConstraint=eastwest;whiteSpace=wrap;html=1;" value="&lt;div&gt;password: string&lt;/div&gt;" vertex="1">
          <mxGeometry height="22" width="160" y="118" as="geometry" />
        </mxCell>
        <mxCell id="1CZEDAOxRYAH5AQD7Mqk-8" parent="bphd-XHS044pXj_6YrF3-4" style="line;strokeWidth=1;fillColor=none;align=left;verticalAlign=middle;spacingTop=-1;spacingLeft=3;spacingRight=3;rotatable=0;labelPosition=right;points=[];portConstraint=eastwest;strokeColor=inherit;" value="" vertex="1">
          <mxGeometry height="8" width="160" y="140" as="geometry" />
        </mxCell>
        <mxCell id="aWwyGlZGmxZRMDZtTTIC-2" parent="bphd-XHS044pXj_6YrF3-4" style="text;strokeColor=none;fillColor=none;align=left;verticalAlign=top;spacingLeft=4;spacingRight=4;overflow=hidden;rotatable=0;points=[[0,0.5],[1,0.5]];portConstraint=eastwest;whiteSpace=wrap;html=1;" value="&lt;div&gt;is_admin: boolean&lt;/div&gt;" vertex="1">
          <mxGeometry height="22" width="160" y="148" as="geometry" />
        </mxCell>
        <mxCell id="aWwyGlZGmxZRMDZtTTIC-3" parent="bphd-XHS044pXj_6YrF3-4" style="line;strokeWidth=1;fillColor=none;align=left;verticalAlign=middle;spacingTop=-1;spacingLeft=3;spacingRight=3;rotatable=0;labelPosition=right;points=[];portConstraint=eastwest;strokeColor=inherit;" value="" vertex="1">
          <mxGeometry height="8" width="160" y="170" as="geometry" />
        </mxCell>
        <mxCell id="bphd-XHS044pXj_6YrF3-7" parent="bphd-XHS044pXj_6YrF3-4" style="text;strokeColor=none;fillColor=none;align=left;verticalAlign=top;spacingLeft=4;spacingRight=4;overflow=hidden;rotatable=0;points=[[0,0.5],[1,0.5]];portConstraint=eastwest;whiteSpace=wrap;html=1;" value="+ __init__()&lt;div&gt;+ user_id()&lt;/div&gt;&lt;div&gt;+ date_time()&lt;/div&gt;" vertex="1">
          <mxGeometry height="72" width="160" y="178" as="geometry" />
        </mxCell>
        <mxCell id="IQe30unK_AcWwb2UXMVU-5" edge="1" parent="1" source="IQe30unK_AcWwb2UXMVU-1" style="edgeStyle=orthogonalEdgeStyle;rounded=0;orthogonalLoop=1;jettySize=auto;html=1;" target="IQe30unK_AcWwb2UXMVU-3" value="">
          <mxGeometry relative="1" as="geometry" />
        </mxCell>
        <mxCell id="IQe30unK_AcWwb2UXMVU-7" edge="1" parent="1" source="IQe30unK_AcWwb2UXMVU-1" style="edgeStyle=orthogonalEdgeStyle;rounded=0;orthogonalLoop=1;jettySize=auto;html=1;" target="IQe30unK_AcWwb2UXMVU-6" value="">
          <mxGeometry relative="1" as="geometry" />
        </mxCell>
        <mxCell id="IQe30unK_AcWwb2UXMVU-1" parent="1" style="whiteSpace=wrap;html=1;rounded=0;" value="User" vertex="1">
          <mxGeometry height="60" width="120" x="595" y="391.9150000000001" as="geometry" />
        </mxCell>
        <mxCell id="IQe30unK_AcWwb2UXMVU-3" parent="1" style="whiteSpace=wrap;html=1;rounded=0;" value="Reviews" vertex="1">
          <mxGeometry height="60" width="120" x="540" y="509.3750000000001" as="geometry" />
        </mxCell>
        <mxCell id="IQe30unK_AcWwb2UXMVU-6" parent="1" style="whiteSpace=wrap;html=1;rounded=0;" value="Viewing Amenities" vertex="1">
          <mxGeometry height="60" width="120" x="675" y="509.37500000000006" as="geometry" />
        </mxCell>
        <mxCell id="bphd-XHS044pXj_6YrF3-12" edge="1" parent="1" source="bphd-XHS044pXj_6YrF3-9" style="edgeStyle=orthogonalEdgeStyle;rounded=0;orthogonalLoop=1;jettySize=auto;html=1;exitX=1;exitY=0.75;exitDx=0;exitDy=0;entryX=0.5;entryY=0;entryDx=0;entryDy=0;" target="bphd-XHS044pXj_6YrF3-11">
          <mxGeometry relative="1" as="geometry" />
        </mxCell>
        <mxCell id="bphd-XHS044pXj_6YrF3-9" parent="1" style="rounded=0;whiteSpace=wrap;html=1;align=center;fillColor=#fff2cc;strokeColor=#d6b656;" value="&lt;div style=&quot;&quot;&gt;&lt;font color=&quot;#dce9f9&quot; face=&quot;aktiv-grotesk, sans-serif&quot;&gt;&lt;span style=&quot;font-size: 14px; background-color: rgb(32, 36, 38);&quot;&gt;&lt;b&gt;Amenities&lt;/b&gt;&lt;/span&gt;&lt;/font&gt;&lt;/div&gt;" vertex="1">
          <mxGeometry height="65.46" width="120" x="440" y="800" as="geometry" />
        </mxCell>
        <mxCell id="bphd-XHS044pXj_6YrF3-11" parent="1" style="rounded=0;whiteSpace=wrap;html=1;align=center;fillColor=#fff2cc;strokeColor=#d6b656;" value="&lt;div style=&quot;&quot;&gt;&lt;font color=&quot;#1d2836&quot; face=&quot;aktiv-grotesk, sans-serif&quot;&gt;&lt;span style=&quot;font-size: 14px; background-color: rgb(203, 207, 209);&quot;&gt;&lt;b&gt;Name&lt;/b&gt;&lt;/span&gt;&lt;/font&gt;&lt;/div&gt;&lt;div style=&quot;&quot;&gt;&lt;font color=&quot;#1d2836&quot; face=&quot;aktiv-grotesk, sans-serif&quot;&gt;&lt;span style=&quot;font-size: 14px; background-color: rgb(203, 207, 209);&quot;&gt;&lt;b&gt;Description&lt;/b&gt;&lt;/span&gt;&lt;/font&gt;&lt;/div&gt;" vertex="1">
          <mxGeometry height="65.46" width="120" x="560" y="930" as="geometry" />
        </mxCell>
        <mxCell id="bphd-XHS044pXj_6YrF3-17" parent="1" style="shape=folder;fontStyle=1;spacingTop=10;tabWidth=40;tabHeight=14;tabPosition=left;html=1;whiteSpace=wrap;" value="Presentation Layer" vertex="1">
          <mxGeometry height="310" width="620" x="120" y="1690" as="geometry" />
        </mxCell>
        <mxCell id="bphd-XHS044pXj_6YrF3-19" parent="1" style="shape=folder;fontStyle=1;spacingTop=10;tabWidth=160;tabHeight=50;tabPosition=left;html=1;whiteSpace=wrap;" value="Business Layer" vertex="1">
          <mxGeometry height="310" width="620" x="270" y="2060" as="geometry" />
        </mxCell>
        <mxCell id="5oGTE3Xe48jpl4K919ed-21" edge="1" parent="1" source="bphd-XHS044pXj_6YrF3-20" style="edgeStyle=orthogonalEdgeStyle;rounded=0;orthogonalLoop=1;jettySize=auto;html=1;exitX=0.25;exitY=1;exitDx=0;exitDy=0;exitPerimeter=0;dashed=1;" target="5oGTE3Xe48jpl4K919ed-22">
          <mxGeometry relative="1" as="geometry">
            <mxPoint x="473.6923076923076" y="2640" as="targetPoint" />
          </mxGeometry>
        </mxCell>
        <mxCell id="5oGTE3Xe48jpl4K919ed-23" edge="1" parent="1" source="bphd-XHS044pXj_6YrF3-20" style="edgeStyle=orthogonalEdgeStyle;rounded=0;orthogonalLoop=1;jettySize=auto;html=1;exitX=0.75;exitY=1;exitDx=0;exitDy=0;exitPerimeter=0;dashed=1;" target="5oGTE3Xe48jpl4K919ed-24">
          <mxGeometry relative="1" as="geometry">
            <mxPoint x="721.3846153846152" y="2650" as="targetPoint" />
          </mxGeometry>
        </mxCell>
        <mxCell id="bphd-XHS044pXj_6YrF3-20" parent="1" style="shape=folder;fontStyle=1;spacingTop=10;tabWidth=40;tabHeight=14;tabPosition=left;html=1;whiteSpace=wrap;" value="Persistence Layer" vertex="1">
          <mxGeometry height="150" width="495" x="350" y="2430" as="geometry" />
        </mxCell>
        <mxCell id="bphd-XHS044pXj_6YrF3-21" parent="1" style="shape=folder;fontStyle=1;spacingTop=10;tabWidth=40;tabHeight=14;tabPosition=left;html=1;whiteSpace=wrap;" value="Presentation Logic" vertex="1">
          <mxGeometry height="155" width="190" x="525" y="1730" as="geometry" />
        </mxCell>
        <mxCell id="bphd-XHS044pXj_6YrF3-24" parent="1" style="shape=folder;fontStyle=1;spacingTop=10;tabWidth=40;tabHeight=14;tabPosition=left;html=1;whiteSpace=wrap;" value="User Interface" vertex="1">
          <mxGeometry height="155" width="190" x="160" y="1730" as="geometry" />
        </mxCell>
        <mxCell id="5oGTE3Xe48jpl4K919ed-3" edge="1" parent="1" source="5oGTE3Xe48jpl4K919ed-1" style="edgeStyle=orthogonalEdgeStyle;rounded=0;orthogonalLoop=1;jettySize=auto;html=1;exitX=0.5;exitY=1;exitDx=0;exitDy=0;exitPerimeter=0;entryX=0;entryY=0;entryDx=330;entryDy=14;entryPerimeter=0;dashed=1;" target="bphd-XHS044pXj_6YrF3-17">
          <mxGeometry relative="1" as="geometry" />
        </mxCell>
        <mxCell id="5oGTE3Xe48jpl4K919ed-1" parent="1" style="shape=folder;fontStyle=1;spacingTop=10;tabWidth=40;tabHeight=14;tabPosition=left;html=1;whiteSpace=wrap;" value="Users" vertex="1">
          <mxGeometry height="60" width="130" x="380" y="1580" as="geometry" />
        </mxCell>
        <mxCell id="5oGTE3Xe48jpl4K919ed-5" edge="1" parent="1" source="bphd-XHS044pXj_6YrF3-17" style="edgeStyle=orthogonalEdgeStyle;rounded=0;orthogonalLoop=1;jettySize=auto;html=1;exitX=0.5;exitY=1;exitDx=0;exitDy=0;exitPerimeter=0;entryX=0;entryY=0;entryDx=390;entryDy=50;entryPerimeter=0;dashed=1;" target="bphd-XHS044pXj_6YrF3-19">
          <mxGeometry relative="1" as="geometry" />
        </mxCell>
        <mxCell id="5oGTE3Xe48jpl4K919ed-6" edge="1" parent="1" source="bphd-XHS044pXj_6YrF3-19" style="edgeStyle=orthogonalEdgeStyle;rounded=0;orthogonalLoop=1;jettySize=auto;html=1;exitX=0.5;exitY=1;exitDx=0;exitDy=0;exitPerimeter=0;entryX=0.505;entryY=0.067;entryDx=0;entryDy=0;entryPerimeter=0;dashed=1;" target="bphd-XHS044pXj_6YrF3-20">
          <mxGeometry relative="1" as="geometry" />
        </mxCell>
        <mxCell id="5oGTE3Xe48jpl4K919ed-9" parent="1" style="shape=folder;fontStyle=1;spacingTop=10;tabWidth=40;tabHeight=14;tabPosition=left;html=1;whiteSpace=wrap;" value="Application&lt;div&gt;Facade&lt;/div&gt;" vertex="1">
          <mxGeometry height="80" width="155" x="510" y="2120" as="geometry" />
        </mxCell>
        <mxCell id="5oGTE3Xe48jpl4K919ed-10" parent="1" style="shape=folder;fontStyle=1;spacingTop=10;tabWidth=40;tabHeight=14;tabPosition=left;html=1;whiteSpace=wrap;" value="Business&lt;div&gt;Entities&lt;/div&gt;" vertex="1">
          <mxGeometry height="50" width="140" x="710" y="2300" as="geometry" />
        </mxCell>
        <mxCell id="5oGTE3Xe48jpl4K919ed-11" edge="1" parent="1" source="5oGTE3Xe48jpl4K919ed-9" style="edgeStyle=orthogonalEdgeStyle;rounded=0;orthogonalLoop=1;jettySize=auto;html=1;exitX=0;exitY=0;exitDx=155;exitDy=52;exitPerimeter=0;entryX=0;entryY=0;entryDx=0;entryDy=32;entryPerimeter=0;" target="5oGTE3Xe48jpl4K919ed-10">
          <mxGeometry relative="1" as="geometry" />
        </mxCell>
        <mxCell id="5oGTE3Xe48jpl4K919ed-12" parent="1" style="shape=folder;fontStyle=1;spacingTop=10;tabWidth=40;tabHeight=14;tabPosition=left;html=1;whiteSpace=wrap;" value="Business&lt;div&gt;Workflow&lt;/div&gt;" vertex="1">
          <mxGeometry height="50" width="145" x="320" y="2290" as="geometry" />
        </mxCell>
        <mxCell id="5oGTE3Xe48jpl4K919ed-14" edge="1" parent="1" source="5oGTE3Xe48jpl4K919ed-9" style="edgeStyle=orthogonalEdgeStyle;rounded=0;orthogonalLoop=1;jettySize=auto;html=1;entryX=0;entryY=0;entryDx=40;entryDy=14;entryPerimeter=0;" target="5oGTE3Xe48jpl4K919ed-12">
          <mxGeometry relative="1" as="geometry" />
        </mxCell>
        <mxCell id="5oGTE3Xe48jpl4K919ed-15" parent="1" style="shape=folder;fontStyle=1;spacingTop=10;tabWidth=40;tabHeight=14;tabPosition=left;html=1;whiteSpace=wrap;" value="Business&lt;div&gt;Components&lt;/div&gt;" vertex="1">
          <mxGeometry height="50" width="125" x="525" y="2300" as="geometry" />
        </mxCell>
        <mxCell id="5oGTE3Xe48jpl4K919ed-18" edge="1" parent="1" source="5oGTE3Xe48jpl4K919ed-9" style="edgeStyle=orthogonalEdgeStyle;rounded=0;orthogonalLoop=1;jettySize=auto;html=1;exitX=0.5;exitY=1;exitDx=0;exitDy=0;exitPerimeter=0;entryX=0;entryY=0;entryDx=0;entryDy=32;entryPerimeter=0;" target="5oGTE3Xe48jpl4K919ed-15">
          <mxGeometry relative="1" as="geometry" />
        </mxCell>
        <mxCell id="5oGTE3Xe48jpl4K919ed-19" parent="1" style="shape=folder;fontStyle=1;spacingTop=10;tabWidth=40;tabHeight=14;tabPosition=left;html=1;whiteSpace=wrap;" value="Data Access" vertex="1">
          <mxGeometry height="50" width="70" x="410" y="2490" as="geometry" />
        </mxCell>
        <mxCell id="5oGTE3Xe48jpl4K919ed-20" parent="1" style="shape=folder;fontStyle=1;spacingTop=10;tabWidth=40;tabHeight=14;tabPosition=left;html=1;whiteSpace=wrap;" value="Service Agents" vertex="1">
          <mxGeometry height="50" width="70" x="715" y="2491" as="geometry" />
        </mxCell>
        <mxCell id="5oGTE3Xe48jpl4K919ed-22" parent="1" style="shape=folder;fontStyle=1;spacingTop=10;tabWidth=40;tabHeight=14;tabPosition=left;html=1;whiteSpace=wrap;" value="Data Sources" vertex="1">
          <mxGeometry height="50" width="70" x="440.0023076923076" y="2660" as="geometry" />
        </mxCell>
        <mxCell id="5oGTE3Xe48jpl4K919ed-24" parent="1" style="shape=folder;fontStyle=1;spacingTop=10;tabWidth=40;tabHeight=14;tabPosition=left;html=1;whiteSpace=wrap;" value="External&amp;nbsp;&lt;br&gt;Services" vertex="1">
          <mxGeometry height="50" width="70" x="687.5046153846152" y="2665" as="geometry" />
        </mxCell>
        <mxCell id="5oGTE3Xe48jpl4K919ed-25" parent="1" style="shape=folder;fontStyle=1;spacingTop=10;tabWidth=40;tabHeight=14;tabPosition=left;html=1;whiteSpace=wrap;" value="Cross Cutting" vertex="1">
          <mxGeometry height="690" width="320" x="1060" y="1850" as="geometry" />
        </mxCell>
        <mxCell id="5oGTE3Xe48jpl4K919ed-26" parent="1" style="shape=folder;fontStyle=1;spacingTop=10;tabWidth=40;tabHeight=14;tabPosition=left;html=1;whiteSpace=wrap;" value="Security" vertex="1">
          <mxGeometry height="79" width="120" x="1155" y="1960" as="geometry" />
        </mxCell>
        <mxCell id="5oGTE3Xe48jpl4K919ed-27" parent="1" style="shape=folder;fontStyle=1;spacingTop=10;tabWidth=40;tabHeight=14;tabPosition=left;html=1;whiteSpace=wrap;" value="Operational Management" vertex="1">
          <mxGeometry height="80" width="142.5" x="1148.75" y="2100" as="geometry" />
        </mxCell>
        <mxCell id="5oGTE3Xe48jpl4K919ed-28" parent="1" style="shape=folder;fontStyle=1;spacingTop=10;tabWidth=40;tabHeight=14;tabPosition=left;html=1;whiteSpace=wrap;" value="Communication" vertex="1">
          <mxGeometry height="100" width="147.5" x="1146.25" y="2260" as="geometry" />
        </mxCell>
        <mxCell id="5oGTE3Xe48jpl4K919ed-29" edge="1" parent="1" source="bphd-XHS044pXj_6YrF3-20" style="edgeStyle=orthogonalEdgeStyle;rounded=0;orthogonalLoop=1;jettySize=auto;html=1;exitX=0;exitY=0;exitDx=495;exitDy=82;exitPerimeter=0;entryX=0;entryY=0;entryDx=0;entryDy=521;entryPerimeter=0;dashed=1;" target="5oGTE3Xe48jpl4K919ed-25">
          <mxGeometry relative="1" as="geometry" />
        </mxCell>
        <mxCell id="5oGTE3Xe48jpl4K919ed-30" edge="1" parent="1" source="bphd-XHS044pXj_6YrF3-19" style="edgeStyle=orthogonalEdgeStyle;rounded=0;orthogonalLoop=1;jettySize=auto;html=1;exitX=0;exitY=0;exitDx=620;exitDy=180;exitPerimeter=0;entryX=0.006;entryY=0.499;entryDx=0;entryDy=0;entryPerimeter=0;dashed=1;" target="5oGTE3Xe48jpl4K919ed-25">
          <mxGeometry relative="1" as="geometry" />
        </mxCell>
        <mxCell id="5oGTE3Xe48jpl4K919ed-31" edge="1" parent="1" source="bphd-XHS044pXj_6YrF3-17" style="edgeStyle=orthogonalEdgeStyle;rounded=0;orthogonalLoop=1;jettySize=auto;html=1;exitX=0;exitY=0;exitDx=620;exitDy=236;exitPerimeter=0;entryX=0;entryY=0;entryDx=0;entryDy=183;entryPerimeter=0;dashed=1;" target="5oGTE3Xe48jpl4K919ed-25">
          <mxGeometry relative="1" as="geometry" />
        </mxCell>
        <mxCell id="Xk1fa7zEFvqhqLaLLcKz-10" edge="1" parent="1" source="Xk1fa7zEFvqhqLaLLcKz-18" style="edgeStyle=orthogonalEdgeStyle;rounded=0;orthogonalLoop=1;jettySize=auto;html=1;exitX=0.5;exitY=1;exitDx=0;exitDy=0;entryX=0.5;entryY=0;entryDx=0;entryDy=0;" target="Xk1fa7zEFvqhqLaLLcKz-7">
          <mxGeometry relative="1" as="geometry" />
        </mxCell>
        <mxCell id="Xk1fa7zEFvqhqLaLLcKz-6" parent="1" style="verticalAlign=top;align=left;overflow=fill;html=1;whiteSpace=wrap;" value="&lt;p style=&quot;margin:0px;margin-top:4px;text-align:center;&quot;&gt;&lt;i&gt;&amp;lt;&amp;lt;Interface&amp;gt;&amp;gt;&lt;/i&gt;&lt;br&gt;&lt;/p&gt;&lt;p style=&quot;margin:0px;margin-left:4px;&quot;&gt;&lt;span style=&quot;background-color: transparent; font-family: Menlo, Monaco, Consolas, &amp;quot;Courier New&amp;quot;, monospace; font-size: inherit; white-space: pre-wrap; color: rgb(220, 233, 249); --dm-inline-bgcolor: transparent;&quot; data-dm-inline-bgcolor=&quot;&quot;&gt;Presentation Layer&lt;/span&gt;&lt;/p&gt;&lt;p style=&quot;margin:0px;margin-left:4px;&quot;&gt;&amp;nbsp;+ServiceAPI&lt;br&gt;+ClientInterface&lt;/p&gt;" vertex="1">
          <mxGeometry height="60" width="190" x="950" y="820" as="geometry" />
        </mxCell>
        <mxCell id="Xk1fa7zEFvqhqLaLLcKz-12" edge="1" parent="1" source="Xk1fa7zEFvqhqLaLLcKz-20" style="edgeStyle=orthogonalEdgeStyle;rounded=0;orthogonalLoop=1;jettySize=auto;html=1;exitX=0.5;exitY=1;exitDx=0;exitDy=0;" target="Xk1fa7zEFvqhqLaLLcKz-11">
          <mxGeometry relative="1" as="geometry" />
        </mxCell>
        <mxCell id="Xk1fa7zEFvqhqLaLLcKz-7" parent="1" style="html=1;whiteSpace=wrap;" value="&lt;pre style=&quot;box-sizing: border-box; overflow: auto; font-family: Menlo, Monaco, Consolas, &amp;quot;Courier New&amp;quot;, monospace; font-size: 13px; margin: 0px 0px 10px; line-height: 1.42857; color: rgb(220, 233, 249); word-break: break-all; overflow-wrap: break-word; border: 1px solid rgb(114, 105, 91); scrollbar-color: rgb(95, 99, 104) rgb(49, 54, 60); text-align: start; background-color: rgb(32, 36, 38); padding: 10px !important; border-radius: 4px !important;&quot;&gt;&lt;code class=&quot;mermaid language-mermaid&quot; style=&quot;box-sizing: border-box; font-family: Menlo, Monaco, Consolas, &amp;quot;Courier New&amp;quot;, monospace; font-size: inherit; padding: 0px; border-radius: 0px; white-space: pre-wrap; scrollbar-color: rgb(95, 99, 104) rgb(49, 54, 60); background-color: transparent !important; --dm-inline-bgcolor: transparent;&quot; data-dm-inline-bgcolor=&quot;&quot;&gt;Business Logic Layer&lt;br&gt;+&lt;/code&gt;ModelClasses&lt;br&gt;+User&lt;br&gt;+Review&lt;br&gt;+Amenities&lt;br&gt;+Place&lt;br&gt;+BookingService&lt;br&gt;+Comments&lt;/pre&gt;" vertex="1">
          <mxGeometry height="190" width="254" x="918" y="980" as="geometry" />
        </mxCell>
        <mxCell id="Xk1fa7zEFvqhqLaLLcKz-11" parent="1" style="html=1;whiteSpace=wrap;" value="&lt;pre style=&quot;box-sizing: border-box; overflow: auto; font-family: Menlo, Monaco, Consolas, &amp;quot;Courier New&amp;quot;, monospace; font-size: 13px; margin: 0px 0px 10px; line-height: 1.42857; color: rgb(220, 233, 249); word-break: break-all; overflow-wrap: break-word; border: 1px solid rgb(114, 105, 91); scrollbar-color: rgb(95, 99, 104) rgb(49, 54, 60); text-align: start; background-color: rgb(32, 36, 38); padding: 10px !important; border-radius: 4px !important;&quot;&gt;&lt;code class=&quot;mermaid language-mermaid&quot; style=&quot;box-sizing: border-box; font-family: Menlo, Monaco, Consolas, &amp;quot;Courier New&amp;quot;, monospace; font-size: inherit; padding: 0px; border-radius: 0px; white-space: pre-wrap; scrollbar-color: rgb(95, 99, 104) rgb(49, 54, 60); background-color: transparent !important; --dm-inline-bgcolor: transparent;&quot; data-dm-inline-bgcolor=&quot;&quot;&gt;Persistence Layer&lt;br&gt;&lt;pre style=&quot;box-sizing: border-box; overflow: auto; font-family: Menlo, Monaco, Consolas, &amp;quot;Courier New&amp;quot;, monospace; margin: 0px 0px 10px; line-height: 1.42857; color: rgb(220, 233, 249); word-break: break-all; overflow-wrap: break-word; border: 1px solid rgb(114, 105, 91); scrollbar-color: rgb(95, 99, 104) rgb(49, 54, 60); background-color: rgb(32, 36, 38); padding: 10px !important; border-radius: 4px !important;&quot;&gt;&lt;code class=&quot;mermaid language-mermaid&quot; style=&quot;box-sizing: border-box; font-family: Menlo, Monaco, Consolas, &amp;quot;Courier New&amp;quot;, monospace; font-size: inherit; padding: 0px; border-radius: 0px; white-space: pre-wrap; scrollbar-color: rgb(95, 99, 104) rgb(49, 54, 60); background-color: transparent !important; --dm-inline-bgcolor: transparent;&quot; data-dm-inline-bgcolor=&quot;&quot;&gt;+DatabaseAccess&lt;br&gt;+FileStorage&lt;br&gt;+DataPerisistence&lt;/code&gt;&lt;/pre&gt;&lt;/code&gt;&lt;/pre&gt;" vertex="1">
          <mxGeometry height="130" width="310" x="887" y="1280" as="geometry" />
        </mxCell>
        <mxCell id="Xk1fa7zEFvqhqLaLLcKz-17" edge="1" parent="1" source="Xk1fa7zEFvqhqLaLLcKz-6" style="edgeStyle=orthogonalEdgeStyle;rounded=0;orthogonalLoop=1;jettySize=auto;html=1;exitX=0.5;exitY=1;exitDx=0;exitDy=0;entryX=0.5;entryY=0;entryDx=0;entryDy=0;" target="Xk1fa7zEFvqhqLaLLcKz-18" value="">
          <mxGeometry relative="1" as="geometry">
            <mxPoint x="1045" y="880" as="sourcePoint" />
            <mxPoint x="1045" y="980" as="targetPoint" />
          </mxGeometry>
        </mxCell>
        <mxCell id="Xk1fa7zEFvqhqLaLLcKz-18" parent="1" style="html=1;whiteSpace=wrap;" value="&lt;pre style=&quot;box-sizing: border-box; overflow: auto; font-family: Menlo, Monaco, Consolas, &amp;quot;Courier New&amp;quot;, monospace; font-size: 13px; margin: 0px 0px 10px; line-height: 1.42857; color: rgb(220, 233, 249); word-break: break-all; overflow-wrap: break-word; border-width: 1px; border-style: solid; border-image: initial; scrollbar-color: rgb(95, 99, 104) rgb(49, 54, 60); text-align: start; padding: 10px !important; background-color: rgb(32, 36, 38) !important; border-color: rgb(114, 105, 91) !important; border-radius: 4px !important;&quot;&gt;&lt;code class=&quot;mermaid language-mermaid&quot; style=&quot;box-sizing: border-box; font-family: Menlo, Monaco, Consolas, &amp;quot;Courier New&amp;quot;, monospace; font-size: inherit; padding: 0px; border-radius: 0px; white-space: pre-wrap; scrollbar-color: rgb(95, 99, 104) rgb(49, 54, 60); background-color: transparent !important;&quot;&gt;Facade Pattern&lt;/code&gt;&lt;/pre&gt;" vertex="1">
          <mxGeometry height="55" width="260" x="912" y="900" as="geometry" />
        </mxCell>
        <mxCell id="Xk1fa7zEFvqhqLaLLcKz-19" edge="1" parent="1" source="Xk1fa7zEFvqhqLaLLcKz-7" style="edgeStyle=orthogonalEdgeStyle;rounded=0;orthogonalLoop=1;jettySize=auto;html=1;exitX=0.5;exitY=1;exitDx=0;exitDy=0;" target="Xk1fa7zEFvqhqLaLLcKz-20" value="">
          <mxGeometry relative="1" as="geometry">
            <mxPoint x="1045" y="1170" as="sourcePoint" />
            <mxPoint x="1045" y="1240" as="targetPoint" />
          </mxGeometry>
        </mxCell>
        <mxCell id="Xk1fa7zEFvqhqLaLLcKz-20" parent="1" style="html=1;whiteSpace=wrap;" value="&lt;pre style=&quot;box-sizing: border-box; overflow: auto; font-family: Menlo, Monaco, Consolas, &amp;quot;Courier New&amp;quot;, monospace; font-size: 13px; margin: 0px 0px 10px; line-height: 1.42857; color: rgb(220, 233, 249); word-break: break-all; overflow-wrap: break-word; border-width: 1px; border-style: solid; border-image: initial; scrollbar-color: rgb(95, 99, 104) rgb(49, 54, 60); text-align: start; padding: 10px !important; background-color: rgb(32, 36, 38) !important; border-color: rgb(114, 105, 91) !important; border-radius: 4px !important;&quot;&gt;&lt;code class=&quot;mermaid language-mermaid&quot; style=&quot;box-sizing: border-box; font-family: Menlo, Monaco, Consolas, &amp;quot;Courier New&amp;quot;, monospace; font-size: inherit; padding: 0px; border-radius: 0px; white-space: pre-wrap; scrollbar-color: rgb(95, 99, 104) rgb(49, 54, 60); background-color: transparent !important;&quot;&gt;Database Operations&lt;/code&gt;&lt;/pre&gt;" vertex="1">
          <mxGeometry height="50" width="250" x="922" y="1190" as="geometry" />
        </mxCell>
        <mxCell id="aWwyGlZGmxZRMDZtTTIC-4" parent="1" style="rounded=0;whiteSpace=wrap;html=1;align=center;fillColor=#fff2cc;strokeColor=#d6b656;" value="Admin page" vertex="1">
          <mxGeometry height="65.46" width="120" x="330" y="500" as="geometry" />
        </mxCell>
        <mxCell id="lqWkxY9uZ9eT4ogvRrYx-4" edge="1" parent="1" source="lqWkxY9uZ9eT4ogvRrYx-2" style="edgeStyle=orthogonalEdgeStyle;rounded=0;orthogonalLoop=1;jettySize=auto;html=1;exitX=0.5;exitY=1;exitDx=0;exitDy=0;entryX=0.5;entryY=0;entryDx=0;entryDy=0;" target="knfjWByLyRWuwcYY4K55-9">
          <mxGeometry relative="1" as="geometry">
            <mxPoint x="1450" y="490" as="targetPoint" />
          </mxGeometry>
        </mxCell>
        <mxCell id="lqWkxY9uZ9eT4ogvRrYx-2" parent="1" style="rounded=0;whiteSpace=wrap;html=1;align=center;fillColor=#fff2cc;strokeColor=#d6b656;" value="&lt;div style=&quot;&quot;&gt;&lt;font color=&quot;#dce9f9&quot; face=&quot;aktiv-grotesk, sans-serif&quot;&gt;&lt;span style=&quot;font-size: 14px; background-color: rgb(32, 36, 38);&quot;&gt;&lt;b&gt;Checking for access right&lt;/b&gt;&lt;/span&gt;&lt;/font&gt;&lt;/div&gt;" vertex="1">
          <mxGeometry height="65.46" width="120" x="1415" y="370" as="geometry" />
        </mxCell>
      </root>
    </mxGraphModel>
  </diagram>
</mxfile>
